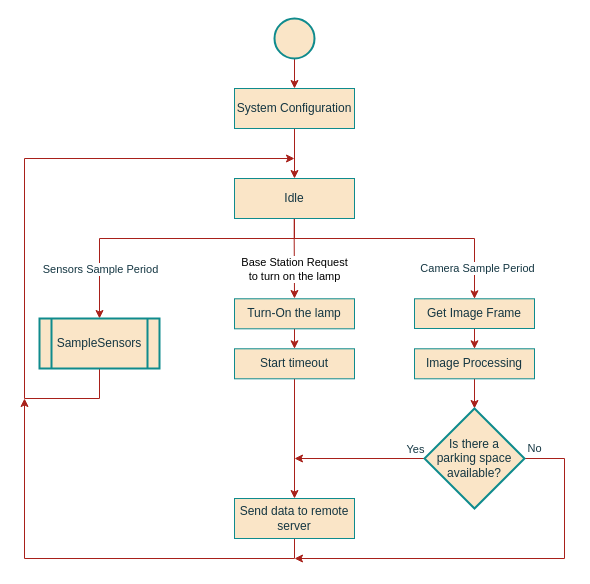
Above: page "BS_StateChart" (5 of 7) of project/report/flowcharts/LocalSystem.drawio in ESRGgroup9/slipad (draw.io), before the change. Source tidied: cells renumbered, new cells numbered last; positions are measured from the earlier drawing's top-left corner, leaving out a move shared by most shapes. Both pictures are drawn from the tidied source at 100%, with x=0, y=0 at pixel (24, 18).
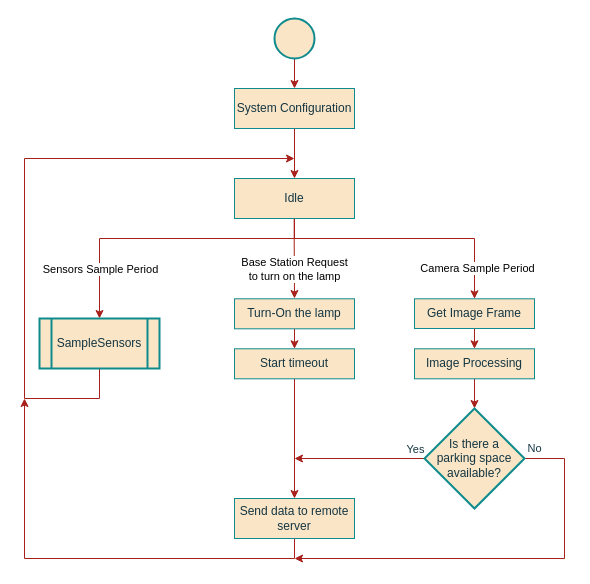
Above is the later version.

The change refers to these unchanged cells:
```xml
<mxCell id="5" style="edgeStyle=orthogonalEdgeStyle;rounded=0;jettySize=auto;html=1;exitX=0.5;exitY=1;exitDx=0;exitDy=0;entryX=0.5;entryY=0;entryDx=0;entryDy=0;endArrow=classic;endFill=1;labelBackgroundColor=#DAD2D8;strokeColor=#A8201A;fontColor=#143642;" parent="1" edge="1" source="10" target="13">
  <mxGeometry relative="1" as="geometry">
    <Array as="points">
      <mxPoint x="270" y="220" />
      <mxPoint x="75" y="220" />
    </Array>
  </mxGeometry>
</mxCell>
```

What changed in the source:
```diff
@@
-    <mxCell id="6" value="Sensors Sample Period" style="edgeLabel;html=1;align=center;verticalAlign=middle;labelBackgroundColor=default;fontColor=#143642;" parent="5" vertex="1">
+    <mxCell id="6" value="Sensors Sample Period" style="edgeLabel;html=1;align=center;verticalAlign=middle;labelBackgroundColor=default;fontColor=#000000;" parent="5" vertex="1">
       <mxGeometry x="0.32" relative="1" as="geometry">
         <mxPoint x="-20" y="30" as="offset" />
       </mxGeometry>
     </mxCell>
@@
-    <mxCell id="20" value="Camera Sample Period" style="edgeLabel;align=center;verticalAlign=middle;labelBackgroundColor=default;fontColor=#143642;labelBorderColor=none;html=1;" parent="1" vertex="1">
+    <mxCell id="20" value="Camera Sample Period" style="edgeLabel;align=center;verticalAlign=middle;labelBackgroundColor=default;fontColor=#000000;labelBorderColor=none;html=1;" parent="1" vertex="1">
       <mxGeometry x="443" y="250" as="geometry">
         <mxPoint x="9" y="-1" as="offset" />
       </mxGeometry>
     </mxCell>
```
